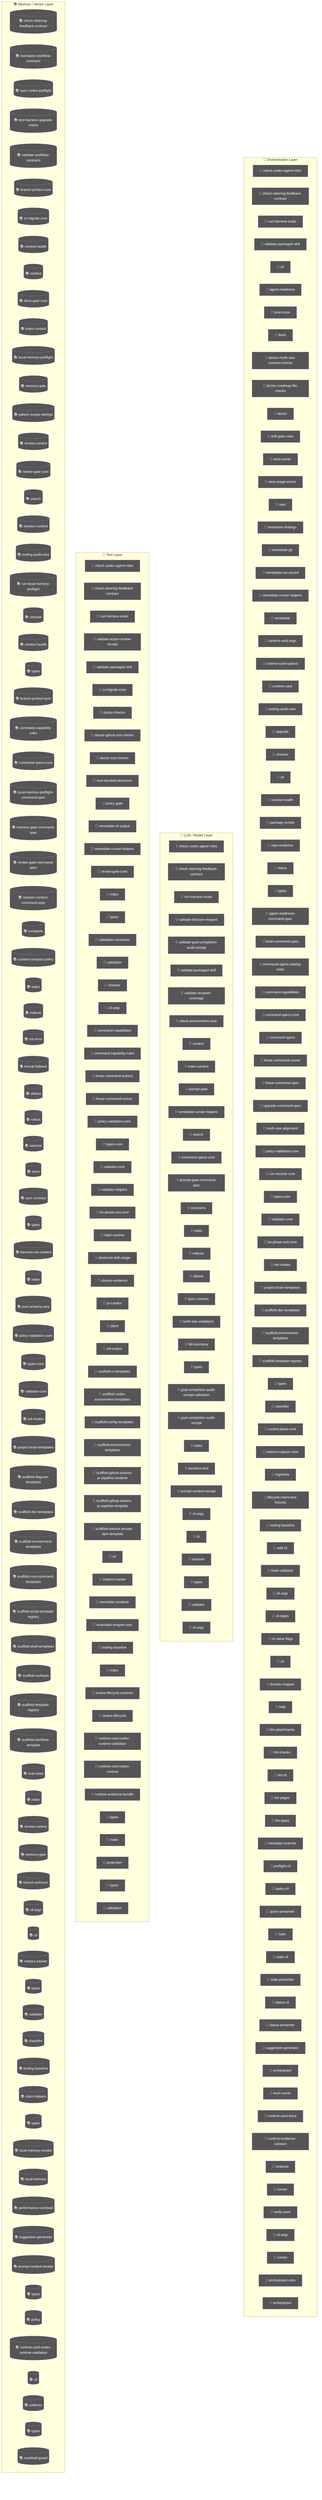
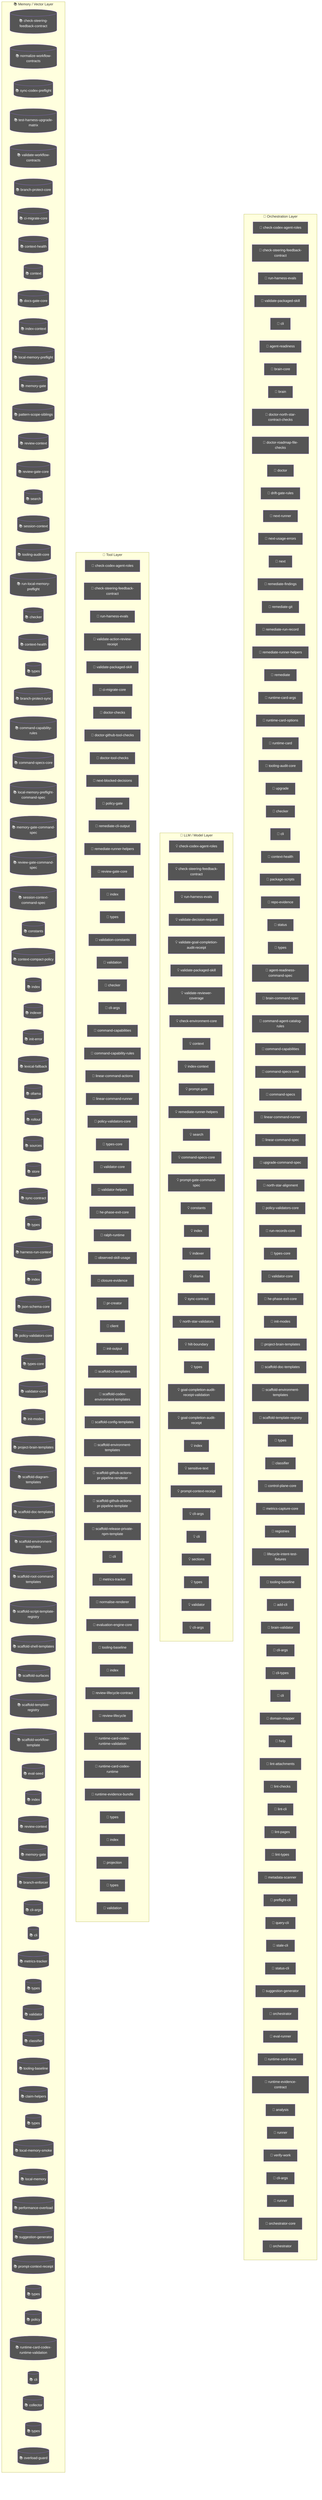
flowchart TD
  subgraph Orchestration["🎯 Orchestration Layer"]
    node_agent_mmd_orchestration_layer_orchestration_chec_7a9f0b64["🤖 check-codex-agent-roles"]
    node_agent_mmd_orchestration_layer_orchestration_chec_7fd47f5c["🤖 check-steering-feedback-contract"]
    node_agent_mmd_orchestration_layer_orchestration_run__18817957["🤖 run-harness-evals"]
    node_agent_mmd_orchestration_layer_orchestration_vali_c01b04be["🤖 validate-packaged-skill"]
    cli_99bb8840["🤖 cli"]
    agent_readiness_c82c68e6["🤖 agent-readiness"]
    brain_core_aa07c380["🤖 brain-core"]
    brain_bbbf7a64["🤖 brain"]
    doctor_north_star_contract_checks_0048124c["🤖 doctor-north-star-contract-checks"]
    doctor_roadmap_file_checks_14447b8e["🤖 doctor-roadmap-file-checks"]
    doctor_72f4be89["🤖 doctor"]
    drift_gate_rules_9685e72d["🤖 drift-gate-rules"]
    next_runner_41643472["🤖 next-runner"]
    next_usage_errors_837a345a["🤖 next-usage-errors"]
    next_c6c1c9a9["🤖 next"]
    remediate_findings_8b09c8c6["🤖 remediate-findings"]
    remediate_git_58c6f6f4["🤖 remediate-git"]
    remediate_run_record_9dfe5dc1["🤖 remediate-run-record"]
    node_agent_mmd_orchestration_layer_orchestration_reme_359fe98f["🤖 remediate-runner-helpers"]
    remediate_06b9c7fc["🤖 remediate"]
    runtime_card_args_2b3d4b28["🤖 runtime-card-args"]
    runtime_card_options_c9156ad5["🤖 runtime-card-options"]
    runtime_card_e06b53e1["🤖 runtime-card"]
    node_agent_mmd_orchestration_layer_orchestration_tool_acfe0c01["🤖 tooling-audit-core"]
    upgrade_7fef9479["🤖 upgrade"]
    node_agent_mmd_orchestration_layer_orchestration_chec_0550c395["🤖 checker"]
    cli_1_084e05fe["🤖 cli"]
    node_agent_mmd_orchestration_layer_orchestration_cont_61b3b9c9["🤖 context-health"]
    package_scripts_3ee6150f["🤖 package-scripts"]
    repo_evidence_38bb1de5["🤖 repo-evidence"]
    status_073c1634["🤖 status"]
    node_agent_mmd_orchestration_layer_orchestration_type_4f906dcc["🤖 types"]
    agent_readiness_command_spec_a30c2c1e["🤖 agent-readiness-command-spec"]
    brain_command_spec_15b122d5["🤖 brain-command-spec"]
    command_agent_catalog_rules_8e06b2af["🤖 command-agent-catalog-rules"]
    node_agent_mmd_orchestration_layer_orchestration_comm_6e41a7f7["🤖 command-capabilities"]
    node_agent_mmd_orchestration_layer_orchestration_comm_1f8cc24c["🤖 command-specs-core"]
    command_specs_69167c63["🤖 command-specs"]
    node_agent_mmd_orchestration_layer_orchestration_line_b67affd5["🤖 linear-command-runner"]
    linear_command_spec_1e12dd44["🤖 linear-command-spec"]
    upgrade_command_spec_03f6c7bd["🤖 upgrade-command-spec"]
    north_star_alignment_00440188["🤖 north-star-alignment"]
    node_agent_mmd_orchestration_layer_orchestration_poli_3270b55d["🤖 policy-validators-core"]
    run_records_core_89286dfa["🤖 run-records-core"]
    node_agent_mmd_orchestration_layer_orchestration_type_7cf81261["🤖 types-core"]
    node_agent_mmd_orchestration_layer_orchestration_vali_d9fe99e6["🤖 validator-core"]
    node_agent_mmd_orchestration_layer_orchestration_he_p_fc778c24["🤖 he-phase-exit-core"]
    node_agent_mmd_orchestration_layer_orchestration_init_2a9c3ecb["🤖 init-modes"]
    node_agent_mmd_orchestration_layer_orchestration_proj_6ab6f60f["🤖 project-brain-templates"]
    node_agent_mmd_orchestration_layer_orchestration_scaf_12cc07db["🤖 scaffold-doc-templates"]
    node_agent_mmd_orchestration_layer_orchestration_scaf_c9a90c2f["🤖 scaffold-environment-templates"]
    node_agent_mmd_orchestration_layer_orchestration_scaf_ff8f92f6["🤖 scaffold-template-registry"]
    types_14_fe7507be["🤖 types"]
    node_agent_mmd_orchestration_layer_orchestration_clas_899b821a["🤖 classifier"]
    control_plane_core_db3b4cb2["🤖 control-plane-core"]
    metrics_capture_core_db4bf7cf["🤖 metrics-capture-core"]
    registries_06402afa["🤖 registries"]
    lifecycle_intent_test_fixtures_a53c7ada["🤖 lifecycle-intent-test-fixtures"]
    node_agent_mmd_orchestration_layer_orchestration_tool_cc43149f["🤖 tooling-baseline"]
    add_cli_7614de25["🤖 add-cli"]
    brain_validator_be251832["🤖 brain-validator"]
    cli_args_8_d546936e["🤖 cli-args"]
    cli_types_1686e858["🤖 cli-types"]
-     cli_value_flags_732a8e43["🤖 cli-value-flags"]
    cli_9_b54c1407["🤖 cli"]
    domain_mapper_cd9333d2["🤖 domain-mapper"]
    help_106a5842["🤖 help"]
    lint_attachments_873c0632["🤖 lint-attachments"]
    lint_checks_83522b19["🤖 lint-checks"]
    lint_cli_9ec62ec0["🤖 lint-cli"]
    lint_pages_e33301d0["🤖 lint-pages"]
    lint_types_2862c255["🤖 lint-types"]
    metadata_scanner_6a101b66["🤖 metadata-scanner"]
    preflight_cli_5d148379["🤖 preflight-cli"]
    query_cli_b95be64d["🤖 query-cli"]
-     query_presenter_02e6077c["🤖 query-presenter"]
-     rules_6c621d1a["🤖 rules"]
    stale_cli_64548720["🤖 stale-cli"]
-     stale_presenter_1de4e3a2["🤖 stale-presenter"]
    status_cli_4c24a0d6["🤖 status-cli"]
-     status_presenter_8de686c1["🤖 status-presenter"]
    node_agent_mmd_orchestration_layer_orchestration_sugg_85c5ebe3["🤖 suggestion-generator"]
    orchestrator_11376b7e["🤖 orchestrator"]
    eval_runner_0966a6b3["🤖 eval-runner"]
    runtime_card_trace_64a5ca95["🤖 runtime-card-trace"]
    runtime_evidence_contract_0f7b15b2["🤖 runtime-evidence-contract"]
    analysis_f44e85c4["🤖 analysis"]
    runner_527aa9f4["🤖 runner"]
    verify_work_1_cd8e7ec3["🤖 verify-work"]
    cli_args_14_3481043e["🤖 cli-args"]
    runner_1_6f281bf8["🤖 runner"]
    orchestrator_core_d0678b53["🤖 orchestrator-core"]
    orchestrator_1_6b7137c5["🤖 orchestrator"]
  end
  subgraph LLMLayer["🧠 LLM / Model Layer"]
    node_agent_mmd_llm_model_layer_llmlayer_check_codex_a_29e7b7fa["💡 check-codex-agent-roles"]
    node_agent_mmd_llm_model_layer_llmlayer_check_steerin_0e1bf90d["💡 check-steering-feedback-contract"]
    node_agent_mmd_llm_model_layer_llmlayer_run_harness_e_603fcfdc["💡 run-harness-evals"]
    validate_decision_request_2e5c325e["💡 validate-decision-request"]
    validate_goal_completion_audit_receipt_100d252c["💡 validate-goal-completion-audit-receipt"]
    node_agent_mmd_llm_model_layer_llmlayer_validate_pack_2a12e1f4["💡 validate-packaged-skill"]
    validate_reviewer_coverage_251efee3["💡 validate-reviewer-coverage"]
    check_environment_core_2c16213f["💡 check-environment-core"]
    node_agent_mmd_llm_model_layer_llmlayer_context_conte_ad2dfbd9["💡 context"]
    node_agent_mmd_llm_model_layer_llmlayer_index_context_1041bd11["💡 index-context"]
    prompt_gate_c5e9d207["💡 prompt-gate"]
    node_agent_mmd_llm_model_layer_llmlayer_remediate_run_9e3d4585["💡 remediate-runner-helpers"]
    node_agent_mmd_llm_model_layer_llmlayer_search_search_66b9a911["💡 search"]
    node_agent_mmd_llm_model_layer_llmlayer_command_specs_782af9fa["💡 command-specs-core"]
    prompt_gate_command_spec_9a941482["💡 prompt-gate-command-spec"]
    node_agent_mmd_llm_model_layer_llmlayer_constants_con_c9bd3f6c["💡 constants"]
    node_agent_mmd_llm_model_layer_llmlayer_index_index_1_02e160ff["💡 index"]
    node_agent_mmd_llm_model_layer_llmlayer_indexer_index_4f4deef5["💡 indexer"]
    node_agent_mmd_llm_model_layer_llmlayer_ollama_ollama_968b23fa["💡 ollama"]
    node_agent_mmd_llm_model_layer_llmlayer_sync_contract_9f3cc8c1["💡 sync-contract"]
    north_star_validators_cfc926ce["💡 north-star-validators"]
    hilt_boundary_9b36fb15["💡 hilt-boundary"]
    types_8_f6283648["💡 types"]
    goal_completion_audit_receipt_validation_9d0f4891["💡 goal-completion-audit-receipt-validation"]
    goal_completion_audit_receipt_5e4939c3["💡 goal-completion-audit-receipt"]
    index_3_7e40d474["💡 index"]
    sensitive_text_7c11f760["💡 sensitive-text"]
    node_agent_mmd_llm_model_layer_llmlayer_index_index_1_02e160ff["💡 index"]
    node_agent_mmd_llm_model_layer_llmlayer_prompt_contex_6426acc2["💡 prompt-context-receipt"]
    cli_args_9_9c136878["💡 cli-args"]
    cli_10_35dc8cbd["💡 cli"]
    sections_4697ef32["💡 sections"]
    types_24_c63dc1a7["💡 types"]
    validator_6_3688adbf["💡 validator"]
    cli_args_10_861cdd3f["💡 cli-args"]
  end
  subgraph ToolLayer["🔧 Tool Layer"]
    node_agent_mmd_tool_layer_toollayer_check_codex_agent_4b361d5a["🔧 check-codex-agent-roles"]
    node_agent_mmd_tool_layer_toollayer_check_steering_fe_eafecf3a["🔧 check-steering-feedback-contract"]
    node_agent_mmd_tool_layer_toollayer_run_harness_evals_e2ee24f1["🔧 run-harness-evals"]
    validate_action_review_receipt_fa2f06c3["🔧 validate-action-review-receipt"]
    node_agent_mmd_tool_layer_toollayer_validate_packaged_2855c827["🔧 validate-packaged-skill"]
    node_agent_mmd_tool_layer_toollayer_ci_migrate_core_c_049f8460["🔧 ci-migrate-core"]
    doctor_checks_5a2eb2b9["🔧 doctor-checks"]
    doctor_github_tool_checks_a53b0382["🔧 doctor-github-tool-checks"]
    doctor_tool_checks_4acac51a["🔧 doctor-tool-checks"]
    next_blocked_decisions_4140ad2b["🔧 next-blocked-decisions"]
    policy_gate_213f7313["🔧 policy-gate"]
    remediate_cli_output_cc165396["🔧 remediate-cli-output"]
    node_agent_mmd_tool_layer_toollayer_remediate_runner__c003b871["🔧 remediate-runner-helpers"]
    node_agent_mmd_tool_layer_toollayer_review_gate_core__7704598b["🔧 review-gate-core"]
    index_1bc04b52["🔧 index"]
    types_1_4ecdf56e["🔧 types"]
    validation_constants_e002a0f6["🔧 validation-constants"]
    validation_98c41dcd["🔧 validation"]
    node_agent_mmd_tool_layer_toollayer_checker_checker_2_453d593b["🔧 checker"]
    cli_args_1_6144b055["🔧 cli-args"]
    node_agent_mmd_tool_layer_toollayer_command_capabilit_7fe13db1["🔧 command-capabilities"]
    node_agent_mmd_tool_layer_toollayer_command_capabilit_e97a4615["🔧 command-capability-rules"]
    linear_command_actions_e430f4f4["🔧 linear-command-actions"]
    node_agent_mmd_tool_layer_toollayer_linear_command_ru_d6763748["🔧 linear-command-runner"]
    node_agent_mmd_tool_layer_toollayer_policy_validators_af136abf["🔧 policy-validators-core"]
    node_agent_mmd_tool_layer_toollayer_types_core_types__6c8319b6["🔧 types-core"]
    node_agent_mmd_tool_layer_toollayer_validator_core_va_6ef6131f["🔧 validator-core"]
    validator_helpers_7b927667["🔧 validator-helpers"]
    node_agent_mmd_tool_layer_toollayer_he_phase_exit_cor_af016160["🔧 he-phase-exit-core"]
    ralph_runtime_73d63c0e["🔧 ralph-runtime"]
    observed_skill_usage_ed7d5930["🔧 observed-skill-usage"]
    closure_evidence_aaa31467["🔧 closure-evidence"]
    pr_creator_dc6b1ea4["🔧 pr-creator"]
    client_948fe603["🔧 client"]
    init_output_360dce91["🔧 init-output"]
    scaffold_ci_templates_2afd6392["🔧 scaffold-ci-templates"]
    scaffold_codex_environment_templates_334fbbed["🔧 scaffold-codex-environment-templates"]
    scaffold_config_templates_4b80ce53["🔧 scaffold-config-templates"]
    node_agent_mmd_tool_layer_toollayer_scaffold_environm_c1afc013["🔧 scaffold-environment-templates"]
    scaffold_github_actions_pr_pipeline_renderer_1ee18de5["🔧 scaffold-github-actions-pr-pipeline-renderer"]
    scaffold_github_actions_pr_pipeline_template_e2b85f62["🔧 scaffold-github-actions-pr-pipeline-template"]
    scaffold_release_private_npm_template_075499f8["🔧 scaffold-release-private-npm-template"]
    node_agent_mmd_tool_layer_toollayer_cli_cli_2_1_32d9eeaf["🔧 cli"]
    node_agent_mmd_tool_layer_toollayer_metrics_tracker_m_4c9237d8["🔧 metrics-tracker"]
    normalise_renderer_85f2e563["🔧 normalise-renderer"]
    evaluation_engine_core_e054fe49["🔧 evaluation-engine-core"]
    node_agent_mmd_tool_layer_toollayer_tooling_baseline__61e66e9f["🔧 tooling-baseline"]
    index_10_f6785a46["🔧 index"]
    review_lifecycle_contract_e5447221["🔧 review-lifecycle-contract"]
    review_lifecycle_89afa64c["🔧 review-lifecycle"]
    node_agent_mmd_tool_layer_toollayer_runtime_card_code_3636ceac["🔧 runtime-card-codex-runtime-validation"]
    runtime_card_codex_runtime_0655e230["🔧 runtime-card-codex-runtime"]
    runtime_evidence_bundle_d471a232["🔧 runtime-evidence-bundle"]
    types_33_16e22a82["🔧 types"]
    index_13_97df39c8["🔧 index"]
    projection_1b250ea1["🔧 projection"]
    types_35_93e66c64["🔧 types"]
    validation_5_42b61683["🔧 validation"]
  end
  subgraph MemoryLayer["📚 Memory / Vector Layer"]
    node_agent_mmd_memory_vector_layer_memorylayer_check__64c86928[("📚 check-steering-feedback-contract")]
    normalize_workflow_contracts_8701f1c8[("📚 normalize-workflow-contracts")]
    sync_codex_preflight_7e7a8dc2[("📚 sync-codex-preflight")]
    test_harness_upgrade_matrix_84113c4e[("📚 test-harness-upgrade-matrix")]
    validate_workflow_contracts_33dc063c[("📚 validate-workflow-contracts")]
    branch_protect_core_a8feb0fd[("📚 branch-protect-core")]
    node_agent_mmd_memory_vector_layer_memorylayer_ci_mig_0cd5b1a4[("📚 ci-migrate-core")]
    context_health_80bb7da9[("📚 context-health")]
    node_agent_mmd_memory_vector_layer_memorylayer_contex_78ceaaa9[("📚 context")]
    docs_gate_core_eb9b6c18[("📚 docs-gate-core")]
    node_agent_mmd_memory_vector_layer_memorylayer_index__6f3402d0[("📚 index-context")]
    local_memory_preflight_dcc36c42[("📚 local-memory-preflight")]
    memory_gate_a577a506[("📚 memory-gate")]
    pattern_scope_siblings_43abe000[("📚 pattern-scope-siblings")]
    review_context_ca6cf81d[("📚 review-context")]
    node_agent_mmd_memory_vector_layer_memorylayer_review_5bee9816[("📚 review-gate-core")]
    node_agent_mmd_memory_vector_layer_memorylayer_search_ac35cb7e[("📚 search")]
    session_context_e5ec72c0[("📚 session-context")]
    node_agent_mmd_memory_vector_layer_memorylayer_toolin_a1185b8f[("📚 tooling-audit-core")]
    run_local_memory_preflight_36e92808[("📚 run-local-memory-preflight")]
    node_agent_mmd_memory_vector_layer_memorylayer_checke_a583eb4f[("📚 checker")]
    node_agent_mmd_memory_vector_layer_memorylayer_contex_fe0865d6[("📚 context-health")]
    node_agent_mmd_memory_vector_layer_memorylayer_types__9ad640a0[("📚 types")]
    branch_protect_sync_570adb18[("📚 branch-protect-sync")]
    node_agent_mmd_memory_vector_layer_memorylayer_comman_c72a5d05[("📚 command-capability-rules")]
    node_agent_mmd_memory_vector_layer_memorylayer_comman_111eb454[("📚 command-specs-core")]
    local_memory_preflight_command_spec_9e23f3ce[("📚 local-memory-preflight-command-spec")]
    memory_gate_command_spec_dc9001a9[("📚 memory-gate-command-spec")]
    review_gate_command_spec_3187376a[("📚 review-gate-command-spec")]
    session_context_command_spec_973afbb1[("📚 session-context-command-spec")]
    node_agent_mmd_memory_vector_layer_memorylayer_consta_702d3f46[("📚 constants")]
    context_compact_policy_3dcaf95d[("📚 context-compact-policy")]
    node_agent_mmd_memory_vector_layer_memorylayer_index__752bc61e[("📚 index")]
    node_agent_mmd_memory_vector_layer_memorylayer_indexe_93e6d86f[("📚 indexer")]
    init_error_5c7dd49f[("📚 init-error")]
    lexical_fallback_723e2b3e[("📚 lexical-fallback")]
    node_agent_mmd_memory_vector_layer_memorylayer_ollama_6d51be16[("📚 ollama")]
    rollout_a4fa034c[("📚 rollout")]
    sources_878a52fc[("📚 sources")]
    store_824d80d7[("📚 store")]
    node_agent_mmd_memory_vector_layer_memorylayer_sync_c_e43418bc[("📚 sync-contract")]
    types_6_1818fb91[("📚 types")]
    harness_run_context_ac7c77a9[("📚 harness-run-context")]
    index_2_10143590[("📚 index")]
    json_schema_core_96d7e328[("📚 json-schema-core")]
    node_agent_mmd_memory_vector_layer_memorylayer_policy_1944de42[("📚 policy-validators-core")]
    node_agent_mmd_memory_vector_layer_memorylayer_types__83f369fa[("📚 types-core")]
    node_agent_mmd_memory_vector_layer_memorylayer_valida_41034356[("📚 validator-core")]
    node_agent_mmd_memory_vector_layer_memorylayer_init_m_333d02c5[("📚 init-modes")]
    node_agent_mmd_memory_vector_layer_memorylayer_projec_3ae304d9[("📚 project-brain-templates")]
    scaffold_diagram_templates_dd88e83c[("📚 scaffold-diagram-templates")]
    node_agent_mmd_memory_vector_layer_memorylayer_scaffo_5fd73b94[("📚 scaffold-doc-templates")]
    node_agent_mmd_memory_vector_layer_memorylayer_scaffo_12b42341[("📚 scaffold-environment-templates")]
    scaffold_root_command_templates_404fed7f[("📚 scaffold-root-command-templates")]
    scaffold_script_template_registry_69312d4e[("📚 scaffold-script-template-registry")]
    scaffold_shell_templates_0ad0f915[("📚 scaffold-shell-templates")]
    scaffold_surfaces_12d6494e[("📚 scaffold-surfaces")]
    node_agent_mmd_memory_vector_layer_memorylayer_scaffo_a86eece1[("📚 scaffold-template-registry")]
    scaffold_workflow_template_92310587[("📚 scaffold-workflow-template")]
    eval_seed_5699fd3e[("📚 eval-seed")]
    index_7_b61a3f30[("📚 index")]
    review_context_1_e3afed15[("📚 review-context")]
    memory_gate_1_265164ac[("📚 memory-gate")]
    branch_enforcer_acb749cd[("📚 branch-enforcer")]
    cli_args_5_09ea29f0[("📚 cli-args")]
    node_agent_mmd_memory_vector_layer_memorylayer_cli_cl_1f1f89ab[("📚 cli")]
    node_agent_mmd_memory_vector_layer_memorylayer_metric_12562178[("📚 metrics-tracker")]
    types_16_0fae1112[("📚 types")]
    validator_4_5180cf23[("📚 validator")]
    node_agent_mmd_memory_vector_layer_memorylayer_classi_1ebbf5ff[("📚 classifier")]
    node_agent_mmd_memory_vector_layer_memorylayer_toolin_14f86b00[("📚 tooling-baseline")]
    claim_helpers_20dc8387[("📚 claim-helpers")]
    types_21_5756f9dc[("📚 types")]
    local_memory_smoke_1175abfc[("📚 local-memory-smoke")]
    local_memory_0db17ecc[("📚 local-memory")]
    performance_overload_c685bfcf[("📚 performance-overload")]
    node_agent_mmd_memory_vector_layer_memorylayer_sugges_267f408d[("📚 suggestion-generator")]
    node_agent_mmd_memory_vector_layer_memorylayer_index__752bc61e[("📚 index")]
    node_agent_mmd_memory_vector_layer_memorylayer_prompt_55c0d605[("📚 prompt-context-receipt")]
    types_28_4476fcc6[("📚 types")]
    policy_1_fc4198db[("📚 policy")]
    node_agent_mmd_memory_vector_layer_memorylayer_runtim_a5d23e7f[("📚 runtime-card-codex-runtime-validation")]
    cli_11_338a8415[("📚 cli")]
    collector_0736fd5b[("📚 collector")]
    types_31_eb363e20[("📚 types")]
    overload_guard_2748c559[("📚 overload-guard")]
  end
  classDef agentNode fill:#555,color:#fff
-   class node_agent_mmd_orchestration_layer_orchestration_chec_7a9f0b64,node_agent_mmd_llm_model_layer_llmlayer_check_codex_a_29e7b7fa,node_agent_mmd_tool_layer_toollayer_check_codex_agent_4b361d5a,node_agent_mmd_orchestration_layer_orchestration_chec_7fd47f5c,node_agent_mmd_llm_model_layer_llmlayer_check_steerin_0e1bf90d,node_agent_mmd_tool_layer_toollayer_check_steering_fe_eafecf3a,node_agent_mmd_memory_vector_layer_memorylayer_check__64c86928,node_agent_mmd_orchestration_layer_orchestration_run__18817957,node_agent_mmd_llm_model_layer_llmlayer_run_harness_e_603fcfdc,node_agent_mmd_tool_layer_toollayer_run_harness_evals_e2ee24f1,node_agent_mmd_orchestration_layer_orchestration_vali_c01b04be,node_agent_mmd_llm_model_layer_llmlayer_validate_pack_2a12e1f4,node_agent_mmd_tool_layer_toollayer_validate_packaged_2855c827,cli_99bb8840,agent_readiness_c82c68e6,brain_core_aa07c380,brain_bbbf7a64,doctor_north_star_contract_checks_0048124c,doctor_roadmap_file_checks_14447b8e,doctor_72f4be89,drift_gate_rules_9685e72d,next_runner_41643472,next_usage_errors_837a345a,next_c6c1c9a9,remediate_findings_8b09c8c6,remediate_git_58c6f6f4,remediate_run_record_9dfe5dc1,node_agent_mmd_orchestration_layer_orchestration_reme_359fe98f,node_agent_mmd_llm_model_layer_llmlayer_remediate_run_9e3d4585,node_agent_mmd_tool_layer_toollayer_remediate_runner__c003b871,remediate_06b9c7fc,runtime_card_args_2b3d4b28,runtime_card_options_c9156ad5,runtime_card_e06b53e1,node_agent_mmd_orchestration_layer_orchestration_tool_acfe0c01,node_agent_mmd_memory_vector_layer_memorylayer_toolin_a1185b8f,upgrade_7fef9479,node_agent_mmd_orchestration_layer_orchestration_chec_0550c395,node_agent_mmd_tool_layer_toollayer_checker_checker_2_453d593b,node_agent_mmd_memory_vector_layer_memorylayer_checke_a583eb4f,cli_1_084e05fe,node_agent_mmd_orchestration_layer_orchestration_cont_61b3b9c9,node_agent_mmd_memory_vector_layer_memorylayer_contex_fe0865d6,package_scripts_3ee6150f,repo_evidence_38bb1de5,status_073c1634,node_agent_mmd_orchestration_layer_orchestration_type_4f906dcc,node_agent_mmd_memory_vector_layer_memorylayer_types__9ad640a0,agent_readiness_command_spec_a30c2c1e,brain_command_spec_15b122d5,command_agent_catalog_rules_8e06b2af,node_agent_mmd_orchestration_layer_orchestration_comm_6e41a7f7,node_agent_mmd_tool_layer_toollayer_command_capabilit_7fe13db1,node_agent_mmd_orchestration_layer_orchestration_comm_1f8cc24c,node_agent_mmd_llm_model_layer_llmlayer_command_specs_782af9fa,node_agent_mmd_memory_vector_layer_memorylayer_comman_111eb454,command_specs_69167c63,node_agent_mmd_orchestration_layer_orchestration_line_b67affd5,node_agent_mmd_tool_layer_toollayer_linear_command_ru_d6763748,linear_command_spec_1e12dd44,upgrade_command_spec_03f6c7bd,north_star_alignment_00440188,node_agent_mmd_orchestration_layer_orchestration_poli_3270b55d,node_agent_mmd_tool_layer_toollayer_policy_validators_af136abf,node_agent_mmd_memory_vector_layer_memorylayer_policy_1944de42,run_records_core_89286dfa,node_agent_mmd_orchestration_layer_orchestration_type_7cf81261,node_agent_mmd_tool_layer_toollayer_types_core_types__6c8319b6,node_agent_mmd_memory_vector_layer_memorylayer_types__83f369fa,node_agent_mmd_orchestration_layer_orchestration_vali_d9fe99e6,node_agent_mmd_tool_layer_toollayer_validator_core_va_6ef6131f,node_agent_mmd_memory_vector_layer_memorylayer_valida_41034356,node_agent_mmd_orchestration_layer_orchestration_he_p_fc778c24,node_agent_mmd_tool_layer_toollayer_he_phase_exit_cor_af016160,node_agent_mmd_orchestration_layer_orchestration_init_2a9c3ecb,node_agent_mmd_memory_vector_layer_memorylayer_init_m_333d02c5,node_agent_mmd_orchestration_layer_orchestration_proj_6ab6f60f,node_agent_mmd_memory_vector_layer_memorylayer_projec_3ae304d9,node_agent_mmd_orchestration_layer_orchestration_scaf_12cc07db,node_agent_mmd_memory_vector_layer_memorylayer_scaffo_5fd73b94,node_agent_mmd_orchestration_layer_orchestration_scaf_c9a90c2f,node_agent_mmd_tool_layer_toollayer_scaffold_environm_c1afc013,node_agent_mmd_memory_vector_layer_memorylayer_scaffo_12b42341,node_agent_mmd_orchestration_layer_orchestration_scaf_ff8f92f6,node_agent_mmd_memory_vector_layer_memorylayer_scaffo_a86eece1,types_14_fe7507be,node_agent_mmd_orchestration_layer_orchestration_clas_899b821a,node_agent_mmd_memory_vector_layer_memorylayer_classi_1ebbf5ff,control_plane_core_db3b4cb2,metrics_capture_core_db4bf7cf,registries_06402afa,lifecycle_intent_test_fixtures_a53c7ada,node_agent_mmd_orchestration_layer_orchestration_tool_cc43149f,node_agent_mmd_tool_layer_toollayer_tooling_baseline__61e66e9f,node_agent_mmd_memory_vector_layer_memorylayer_toolin_14f86b00,add_cli_7614de25,brain_validator_be251832,cli_args_8_d546936e,cli_types_1686e858,cli_value_flags_732a8e43,cli_9_b54c1407,domain_mapper_cd9333d2,help_106a5842,lint_attachments_873c0632,lint_checks_83522b19,lint_cli_9ec62ec0,lint_pages_e33301d0,lint_types_2862c255,metadata_scanner_6a101b66,preflight_cli_5d148379,query_cli_b95be64d,query_presenter_02e6077c,rules_6c621d1a,stale_cli_64548720,stale_presenter_1de4e3a2,status_cli_4c24a0d6,status_presenter_8de686c1,node_agent_mmd_orchestration_layer_orchestration_sugg_85c5ebe3,node_agent_mmd_memory_vector_layer_memorylayer_sugges_267f408d,orchestrator_11376b7e,eval_runner_0966a6b3,runtime_card_trace_64a5ca95,runtime_evidence_contract_0f7b15b2,analysis_f44e85c4,runner_527aa9f4,verify_work_1_cd8e7ec3,cli_args_14_3481043e,runner_1_6f281bf8,orchestrator_core_d0678b53,orchestrator_1_6b7137c5 agentNode
+   class node_agent_mmd_orchestration_layer_orchestration_chec_7a9f0b64,node_agent_mmd_llm_model_layer_llmlayer_check_codex_a_29e7b7fa,node_agent_mmd_tool_layer_toollayer_check_codex_agent_4b361d5a,node_agent_mmd_orchestration_layer_orchestration_chec_7fd47f5c,node_agent_mmd_llm_model_layer_llmlayer_check_steerin_0e1bf90d,node_agent_mmd_tool_layer_toollayer_check_steering_fe_eafecf3a,node_agent_mmd_memory_vector_layer_memorylayer_check__64c86928,node_agent_mmd_orchestration_layer_orchestration_run__18817957,node_agent_mmd_llm_model_layer_llmlayer_run_harness_e_603fcfdc,node_agent_mmd_tool_layer_toollayer_run_harness_evals_e2ee24f1,node_agent_mmd_orchestration_layer_orchestration_vali_c01b04be,node_agent_mmd_llm_model_layer_llmlayer_validate_pack_2a12e1f4,node_agent_mmd_tool_layer_toollayer_validate_packaged_2855c827,cli_99bb8840,agent_readiness_c82c68e6,brain_core_aa07c380,brain_bbbf7a64,doctor_north_star_contract_checks_0048124c,doctor_roadmap_file_checks_14447b8e,doctor_72f4be89,drift_gate_rules_9685e72d,next_runner_41643472,next_usage_errors_837a345a,next_c6c1c9a9,remediate_findings_8b09c8c6,remediate_git_58c6f6f4,remediate_run_record_9dfe5dc1,node_agent_mmd_orchestration_layer_orchestration_reme_359fe98f,node_agent_mmd_llm_model_layer_llmlayer_remediate_run_9e3d4585,node_agent_mmd_tool_layer_toollayer_remediate_runner__c003b871,remediate_06b9c7fc,runtime_card_args_2b3d4b28,runtime_card_options_c9156ad5,runtime_card_e06b53e1,node_agent_mmd_orchestration_layer_orchestration_tool_acfe0c01,node_agent_mmd_memory_vector_layer_memorylayer_toolin_a1185b8f,upgrade_7fef9479,node_agent_mmd_orchestration_layer_orchestration_chec_0550c395,node_agent_mmd_tool_layer_toollayer_checker_checker_2_453d593b,node_agent_mmd_memory_vector_layer_memorylayer_checke_a583eb4f,cli_1_084e05fe,node_agent_mmd_orchestration_layer_orchestration_cont_61b3b9c9,node_agent_mmd_memory_vector_layer_memorylayer_contex_fe0865d6,package_scripts_3ee6150f,repo_evidence_38bb1de5,status_073c1634,node_agent_mmd_orchestration_layer_orchestration_type_4f906dcc,node_agent_mmd_memory_vector_layer_memorylayer_types__9ad640a0,agent_readiness_command_spec_a30c2c1e,brain_command_spec_15b122d5,command_agent_catalog_rules_8e06b2af,node_agent_mmd_orchestration_layer_orchestration_comm_6e41a7f7,node_agent_mmd_tool_layer_toollayer_command_capabilit_7fe13db1,node_agent_mmd_orchestration_layer_orchestration_comm_1f8cc24c,node_agent_mmd_llm_model_layer_llmlayer_command_specs_782af9fa,node_agent_mmd_memory_vector_layer_memorylayer_comman_111eb454,command_specs_69167c63,node_agent_mmd_orchestration_layer_orchestration_line_b67affd5,node_agent_mmd_tool_layer_toollayer_linear_command_ru_d6763748,linear_command_spec_1e12dd44,upgrade_command_spec_03f6c7bd,north_star_alignment_00440188,node_agent_mmd_orchestration_layer_orchestration_poli_3270b55d,node_agent_mmd_tool_layer_toollayer_policy_validators_af136abf,node_agent_mmd_memory_vector_layer_memorylayer_policy_1944de42,run_records_core_89286dfa,node_agent_mmd_orchestration_layer_orchestration_type_7cf81261,node_agent_mmd_tool_layer_toollayer_types_core_types__6c8319b6,node_agent_mmd_memory_vector_layer_memorylayer_types__83f369fa,node_agent_mmd_orchestration_layer_orchestration_vali_d9fe99e6,node_agent_mmd_tool_layer_toollayer_validator_core_va_6ef6131f,node_agent_mmd_memory_vector_layer_memorylayer_valida_41034356,node_agent_mmd_orchestration_layer_orchestration_he_p_fc778c24,node_agent_mmd_tool_layer_toollayer_he_phase_exit_cor_af016160,node_agent_mmd_orchestration_layer_orchestration_init_2a9c3ecb,node_agent_mmd_memory_vector_layer_memorylayer_init_m_333d02c5,node_agent_mmd_orchestration_layer_orchestration_proj_6ab6f60f,node_agent_mmd_memory_vector_layer_memorylayer_projec_3ae304d9,node_agent_mmd_orchestration_layer_orchestration_scaf_12cc07db,node_agent_mmd_memory_vector_layer_memorylayer_scaffo_5fd73b94,node_agent_mmd_orchestration_layer_orchestration_scaf_c9a90c2f,node_agent_mmd_tool_layer_toollayer_scaffold_environm_c1afc013,node_agent_mmd_memory_vector_layer_memorylayer_scaffo_12b42341,node_agent_mmd_orchestration_layer_orchestration_scaf_ff8f92f6,node_agent_mmd_memory_vector_layer_memorylayer_scaffo_a86eece1,types_14_fe7507be,node_agent_mmd_orchestration_layer_orchestration_clas_899b821a,node_agent_mmd_memory_vector_layer_memorylayer_classi_1ebbf5ff,control_plane_core_db3b4cb2,metrics_capture_core_db4bf7cf,registries_06402afa,lifecycle_intent_test_fixtures_a53c7ada,node_agent_mmd_orchestration_layer_orchestration_tool_cc43149f,node_agent_mmd_tool_layer_toollayer_tooling_baseline__61e66e9f,node_agent_mmd_memory_vector_layer_memorylayer_toolin_14f86b00,add_cli_7614de25,brain_validator_be251832,cli_args_8_d546936e,cli_types_1686e858,cli_9_b54c1407,domain_mapper_cd9333d2,help_106a5842,lint_attachments_873c0632,lint_checks_83522b19,lint_cli_9ec62ec0,lint_pages_e33301d0,lint_types_2862c255,metadata_scanner_6a101b66,preflight_cli_5d148379,query_cli_b95be64d,stale_cli_64548720,status_cli_4c24a0d6,node_agent_mmd_orchestration_layer_orchestration_sugg_85c5ebe3,node_agent_mmd_memory_vector_layer_memorylayer_sugges_267f408d,orchestrator_11376b7e,eval_runner_0966a6b3,runtime_card_trace_64a5ca95,runtime_evidence_contract_0f7b15b2,analysis_f44e85c4,runner_527aa9f4,verify_work_1_cd8e7ec3,cli_args_14_3481043e,runner_1_6f281bf8,orchestrator_core_d0678b53,orchestrator_1_6b7137c5 agentNode
  classDef llmNode fill:#555,color:#fff
  class node_agent_mmd_orchestration_layer_orchestration_chec_7a9f0b64,node_agent_mmd_llm_model_layer_llmlayer_check_codex_a_29e7b7fa,node_agent_mmd_tool_layer_toollayer_check_codex_agent_4b361d5a,node_agent_mmd_orchestration_layer_orchestration_chec_7fd47f5c,node_agent_mmd_llm_model_layer_llmlayer_check_steerin_0e1bf90d,node_agent_mmd_tool_layer_toollayer_check_steering_fe_eafecf3a,node_agent_mmd_memory_vector_layer_memorylayer_check__64c86928,node_agent_mmd_orchestration_layer_orchestration_run__18817957,node_agent_mmd_llm_model_layer_llmlayer_run_harness_e_603fcfdc,node_agent_mmd_tool_layer_toollayer_run_harness_evals_e2ee24f1,validate_decision_request_2e5c325e,validate_goal_completion_audit_receipt_100d252c,node_agent_mmd_orchestration_layer_orchestration_vali_c01b04be,node_agent_mmd_llm_model_layer_llmlayer_validate_pack_2a12e1f4,node_agent_mmd_tool_layer_toollayer_validate_packaged_2855c827,validate_reviewer_coverage_251efee3,check_environment_core_2c16213f,node_agent_mmd_llm_model_layer_llmlayer_context_conte_ad2dfbd9,node_agent_mmd_memory_vector_layer_memorylayer_contex_78ceaaa9,node_agent_mmd_llm_model_layer_llmlayer_index_context_1041bd11,node_agent_mmd_memory_vector_layer_memorylayer_index__6f3402d0,prompt_gate_c5e9d207,node_agent_mmd_orchestration_layer_orchestration_reme_359fe98f,node_agent_mmd_llm_model_layer_llmlayer_remediate_run_9e3d4585,node_agent_mmd_tool_layer_toollayer_remediate_runner__c003b871,node_agent_mmd_llm_model_layer_llmlayer_search_search_66b9a911,node_agent_mmd_memory_vector_layer_memorylayer_search_ac35cb7e,node_agent_mmd_orchestration_layer_orchestration_comm_1f8cc24c,node_agent_mmd_llm_model_layer_llmlayer_command_specs_782af9fa,node_agent_mmd_memory_vector_layer_memorylayer_comman_111eb454,prompt_gate_command_spec_9a941482,node_agent_mmd_llm_model_layer_llmlayer_constants_con_c9bd3f6c,node_agent_mmd_memory_vector_layer_memorylayer_consta_702d3f46,node_agent_mmd_llm_model_layer_llmlayer_index_index_1_02e160ff,node_agent_mmd_memory_vector_layer_memorylayer_index__752bc61e,node_agent_mmd_llm_model_layer_llmlayer_indexer_index_4f4deef5,node_agent_mmd_memory_vector_layer_memorylayer_indexe_93e6d86f,node_agent_mmd_llm_model_layer_llmlayer_ollama_ollama_968b23fa,node_agent_mmd_memory_vector_layer_memorylayer_ollama_6d51be16,node_agent_mmd_llm_model_layer_llmlayer_sync_contract_9f3cc8c1,node_agent_mmd_memory_vector_layer_memorylayer_sync_c_e43418bc,north_star_validators_cfc926ce,hilt_boundary_9b36fb15,types_8_f6283648,goal_completion_audit_receipt_validation_9d0f4891,goal_completion_audit_receipt_5e4939c3,index_3_7e40d474,sensitive_text_7c11f760,node_agent_mmd_llm_model_layer_llmlayer_prompt_contex_6426acc2,node_agent_mmd_memory_vector_layer_memorylayer_prompt_55c0d605,cli_args_9_9c136878,cli_10_35dc8cbd,sections_4697ef32,types_24_c63dc1a7,validator_6_3688adbf,cli_args_10_861cdd3f llmNode
  classDef toolNode fill:#555,color:#fff
  class node_agent_mmd_orchestration_layer_orchestration_chec_7a9f0b64,node_agent_mmd_llm_model_layer_llmlayer_check_codex_a_29e7b7fa,node_agent_mmd_tool_layer_toollayer_check_codex_agent_4b361d5a,node_agent_mmd_orchestration_layer_orchestration_chec_7fd47f5c,node_agent_mmd_llm_model_layer_llmlayer_check_steerin_0e1bf90d,node_agent_mmd_tool_layer_toollayer_check_steering_fe_eafecf3a,node_agent_mmd_memory_vector_layer_memorylayer_check__64c86928,node_agent_mmd_orchestration_layer_orchestration_run__18817957,node_agent_mmd_llm_model_layer_llmlayer_run_harness_e_603fcfdc,node_agent_mmd_tool_layer_toollayer_run_harness_evals_e2ee24f1,validate_action_review_receipt_fa2f06c3,node_agent_mmd_orchestration_layer_orchestration_vali_c01b04be,node_agent_mmd_llm_model_layer_llmlayer_validate_pack_2a12e1f4,node_agent_mmd_tool_layer_toollayer_validate_packaged_2855c827,node_agent_mmd_tool_layer_toollayer_ci_migrate_core_c_049f8460,node_agent_mmd_memory_vector_layer_memorylayer_ci_mig_0cd5b1a4,doctor_checks_5a2eb2b9,doctor_github_tool_checks_a53b0382,doctor_tool_checks_4acac51a,next_blocked_decisions_4140ad2b,policy_gate_213f7313,remediate_cli_output_cc165396,node_agent_mmd_orchestration_layer_orchestration_reme_359fe98f,node_agent_mmd_llm_model_layer_llmlayer_remediate_run_9e3d4585,node_agent_mmd_tool_layer_toollayer_remediate_runner__c003b871,node_agent_mmd_tool_layer_toollayer_review_gate_core__7704598b,node_agent_mmd_memory_vector_layer_memorylayer_review_5bee9816,index_1bc04b52,types_1_4ecdf56e,validation_constants_e002a0f6,validation_98c41dcd,node_agent_mmd_orchestration_layer_orchestration_chec_0550c395,node_agent_mmd_tool_layer_toollayer_checker_checker_2_453d593b,node_agent_mmd_memory_vector_layer_memorylayer_checke_a583eb4f,cli_args_1_6144b055,node_agent_mmd_orchestration_layer_orchestration_comm_6e41a7f7,node_agent_mmd_tool_layer_toollayer_command_capabilit_7fe13db1,node_agent_mmd_tool_layer_toollayer_command_capabilit_e97a4615,node_agent_mmd_memory_vector_layer_memorylayer_comman_c72a5d05,linear_command_actions_e430f4f4,node_agent_mmd_orchestration_layer_orchestration_line_b67affd5,node_agent_mmd_tool_layer_toollayer_linear_command_ru_d6763748,node_agent_mmd_orchestration_layer_orchestration_poli_3270b55d,node_agent_mmd_tool_layer_toollayer_policy_validators_af136abf,node_agent_mmd_memory_vector_layer_memorylayer_policy_1944de42,node_agent_mmd_orchestration_layer_orchestration_type_7cf81261,node_agent_mmd_tool_layer_toollayer_types_core_types__6c8319b6,node_agent_mmd_memory_vector_layer_memorylayer_types__83f369fa,node_agent_mmd_orchestration_layer_orchestration_vali_d9fe99e6,node_agent_mmd_tool_layer_toollayer_validator_core_va_6ef6131f,node_agent_mmd_memory_vector_layer_memorylayer_valida_41034356,validator_helpers_7b927667,node_agent_mmd_orchestration_layer_orchestration_he_p_fc778c24,node_agent_mmd_tool_layer_toollayer_he_phase_exit_cor_af016160,ralph_runtime_73d63c0e,observed_skill_usage_ed7d5930,closure_evidence_aaa31467,pr_creator_dc6b1ea4,client_948fe603,init_output_360dce91,scaffold_ci_templates_2afd6392,scaffold_codex_environment_templates_334fbbed,scaffold_config_templates_4b80ce53,node_agent_mmd_orchestration_layer_orchestration_scaf_c9a90c2f,node_agent_mmd_tool_layer_toollayer_scaffold_environm_c1afc013,node_agent_mmd_memory_vector_layer_memorylayer_scaffo_12b42341,scaffold_github_actions_pr_pipeline_renderer_1ee18de5,scaffold_github_actions_pr_pipeline_template_e2b85f62,scaffold_release_private_npm_template_075499f8,node_agent_mmd_tool_layer_toollayer_cli_cli_2_1_32d9eeaf,node_agent_mmd_memory_vector_layer_memorylayer_cli_cl_1f1f89ab,node_agent_mmd_tool_layer_toollayer_metrics_tracker_m_4c9237d8,node_agent_mmd_memory_vector_layer_memorylayer_metric_12562178,normalise_renderer_85f2e563,evaluation_engine_core_e054fe49,node_agent_mmd_orchestration_layer_orchestration_tool_cc43149f,node_agent_mmd_tool_layer_toollayer_tooling_baseline__61e66e9f,node_agent_mmd_memory_vector_layer_memorylayer_toolin_14f86b00,index_10_f6785a46,review_lifecycle_contract_e5447221,review_lifecycle_89afa64c,node_agent_mmd_tool_layer_toollayer_runtime_card_code_3636ceac,node_agent_mmd_memory_vector_layer_memorylayer_runtim_a5d23e7f,runtime_card_codex_runtime_0655e230,runtime_evidence_bundle_d471a232,types_33_16e22a82,index_13_97df39c8,projection_1b250ea1,types_35_93e66c64,validation_5_42b61683 toolNode
  classDef memNode fill:#555,color:#fff
  class node_agent_mmd_orchestration_layer_orchestration_chec_7fd47f5c,node_agent_mmd_llm_model_layer_llmlayer_check_steerin_0e1bf90d,node_agent_mmd_tool_layer_toollayer_check_steering_fe_eafecf3a,node_agent_mmd_memory_vector_layer_memorylayer_check__64c86928,normalize_workflow_contracts_8701f1c8,sync_codex_preflight_7e7a8dc2,test_harness_upgrade_matrix_84113c4e,validate_workflow_contracts_33dc063c,branch_protect_core_a8feb0fd,node_agent_mmd_tool_layer_toollayer_ci_migrate_core_c_049f8460,node_agent_mmd_memory_vector_layer_memorylayer_ci_mig_0cd5b1a4,context_health_80bb7da9,node_agent_mmd_llm_model_layer_llmlayer_context_conte_ad2dfbd9,node_agent_mmd_memory_vector_layer_memorylayer_contex_78ceaaa9,docs_gate_core_eb9b6c18,node_agent_mmd_llm_model_layer_llmlayer_index_context_1041bd11,node_agent_mmd_memory_vector_layer_memorylayer_index__6f3402d0,local_memory_preflight_dcc36c42,memory_gate_a577a506,pattern_scope_siblings_43abe000,review_context_ca6cf81d,node_agent_mmd_tool_layer_toollayer_review_gate_core__7704598b,node_agent_mmd_memory_vector_layer_memorylayer_review_5bee9816,node_agent_mmd_llm_model_layer_llmlayer_search_search_66b9a911,node_agent_mmd_memory_vector_layer_memorylayer_search_ac35cb7e,session_context_e5ec72c0,node_agent_mmd_orchestration_layer_orchestration_tool_acfe0c01,node_agent_mmd_memory_vector_layer_memorylayer_toolin_a1185b8f,run_local_memory_preflight_36e92808,node_agent_mmd_orchestration_layer_orchestration_chec_0550c395,node_agent_mmd_tool_layer_toollayer_checker_checker_2_453d593b,node_agent_mmd_memory_vector_layer_memorylayer_checke_a583eb4f,node_agent_mmd_orchestration_layer_orchestration_cont_61b3b9c9,node_agent_mmd_memory_vector_layer_memorylayer_contex_fe0865d6,node_agent_mmd_orchestration_layer_orchestration_type_4f906dcc,node_agent_mmd_memory_vector_layer_memorylayer_types__9ad640a0,branch_protect_sync_570adb18,node_agent_mmd_tool_layer_toollayer_command_capabilit_e97a4615,node_agent_mmd_memory_vector_layer_memorylayer_comman_c72a5d05,node_agent_mmd_orchestration_layer_orchestration_comm_1f8cc24c,node_agent_mmd_llm_model_layer_llmlayer_command_specs_782af9fa,node_agent_mmd_memory_vector_layer_memorylayer_comman_111eb454,local_memory_preflight_command_spec_9e23f3ce,memory_gate_command_spec_dc9001a9,review_gate_command_spec_3187376a,session_context_command_spec_973afbb1,node_agent_mmd_llm_model_layer_llmlayer_constants_con_c9bd3f6c,node_agent_mmd_memory_vector_layer_memorylayer_consta_702d3f46,context_compact_policy_3dcaf95d,node_agent_mmd_llm_model_layer_llmlayer_index_index_1_02e160ff,node_agent_mmd_memory_vector_layer_memorylayer_index__752bc61e,node_agent_mmd_llm_model_layer_llmlayer_indexer_index_4f4deef5,node_agent_mmd_memory_vector_layer_memorylayer_indexe_93e6d86f,init_error_5c7dd49f,lexical_fallback_723e2b3e,node_agent_mmd_llm_model_layer_llmlayer_ollama_ollama_968b23fa,node_agent_mmd_memory_vector_layer_memorylayer_ollama_6d51be16,rollout_a4fa034c,sources_878a52fc,store_824d80d7,node_agent_mmd_llm_model_layer_llmlayer_sync_contract_9f3cc8c1,node_agent_mmd_memory_vector_layer_memorylayer_sync_c_e43418bc,types_6_1818fb91,harness_run_context_ac7c77a9,index_2_10143590,json_schema_core_96d7e328,node_agent_mmd_orchestration_layer_orchestration_poli_3270b55d,node_agent_mmd_tool_layer_toollayer_policy_validators_af136abf,node_agent_mmd_memory_vector_layer_memorylayer_policy_1944de42,node_agent_mmd_orchestration_layer_orchestration_type_7cf81261,node_agent_mmd_tool_layer_toollayer_types_core_types__6c8319b6,node_agent_mmd_memory_vector_layer_memorylayer_types__83f369fa,node_agent_mmd_orchestration_layer_orchestration_vali_d9fe99e6,node_agent_mmd_tool_layer_toollayer_validator_core_va_6ef6131f,node_agent_mmd_memory_vector_layer_memorylayer_valida_41034356,node_agent_mmd_orchestration_layer_orchestration_init_2a9c3ecb,node_agent_mmd_memory_vector_layer_memorylayer_init_m_333d02c5,node_agent_mmd_orchestration_layer_orchestration_proj_6ab6f60f,node_agent_mmd_memory_vector_layer_memorylayer_projec_3ae304d9,scaffold_diagram_templates_dd88e83c,node_agent_mmd_orchestration_layer_orchestration_scaf_12cc07db,node_agent_mmd_memory_vector_layer_memorylayer_scaffo_5fd73b94,node_agent_mmd_orchestration_layer_orchestration_scaf_c9a90c2f,node_agent_mmd_tool_layer_toollayer_scaffold_environm_c1afc013,node_agent_mmd_memory_vector_layer_memorylayer_scaffo_12b42341,scaffold_root_command_templates_404fed7f,scaffold_script_template_registry_69312d4e,scaffold_shell_templates_0ad0f915,scaffold_surfaces_12d6494e,node_agent_mmd_orchestration_layer_orchestration_scaf_ff8f92f6,node_agent_mmd_memory_vector_layer_memorylayer_scaffo_a86eece1,scaffold_workflow_template_92310587,eval_seed_5699fd3e,index_7_b61a3f30,review_context_1_e3afed15,memory_gate_1_265164ac,branch_enforcer_acb749cd,cli_args_5_09ea29f0,node_agent_mmd_tool_layer_toollayer_cli_cli_2_1_32d9eeaf,node_agent_mmd_memory_vector_layer_memorylayer_cli_cl_1f1f89ab,node_agent_mmd_tool_layer_toollayer_metrics_tracker_m_4c9237d8,node_agent_mmd_memory_vector_layer_memorylayer_metric_12562178,types_16_0fae1112,validator_4_5180cf23,node_agent_mmd_orchestration_layer_orchestration_clas_899b821a,node_agent_mmd_memory_vector_layer_memorylayer_classi_1ebbf5ff,node_agent_mmd_orchestration_layer_orchestration_tool_cc43149f,node_agent_mmd_tool_layer_toollayer_tooling_baseline__61e66e9f,node_agent_mmd_memory_vector_layer_memorylayer_toolin_14f86b00,claim_helpers_20dc8387,types_21_5756f9dc,local_memory_smoke_1175abfc,local_memory_0db17ecc,performance_overload_c685bfcf,node_agent_mmd_orchestration_layer_orchestration_sugg_85c5ebe3,node_agent_mmd_memory_vector_layer_memorylayer_sugges_267f408d,node_agent_mmd_llm_model_layer_llmlayer_prompt_contex_6426acc2,node_agent_mmd_memory_vector_layer_memorylayer_prompt_55c0d605,types_28_4476fcc6,policy_1_fc4198db,node_agent_mmd_tool_layer_toollayer_runtime_card_code_3636ceac,node_agent_mmd_memory_vector_layer_memorylayer_runtim_a5d23e7f,cli_11_338a8415,collector_0736fd5b,types_31_eb363e20,overload_guard_2748c559 memNode
